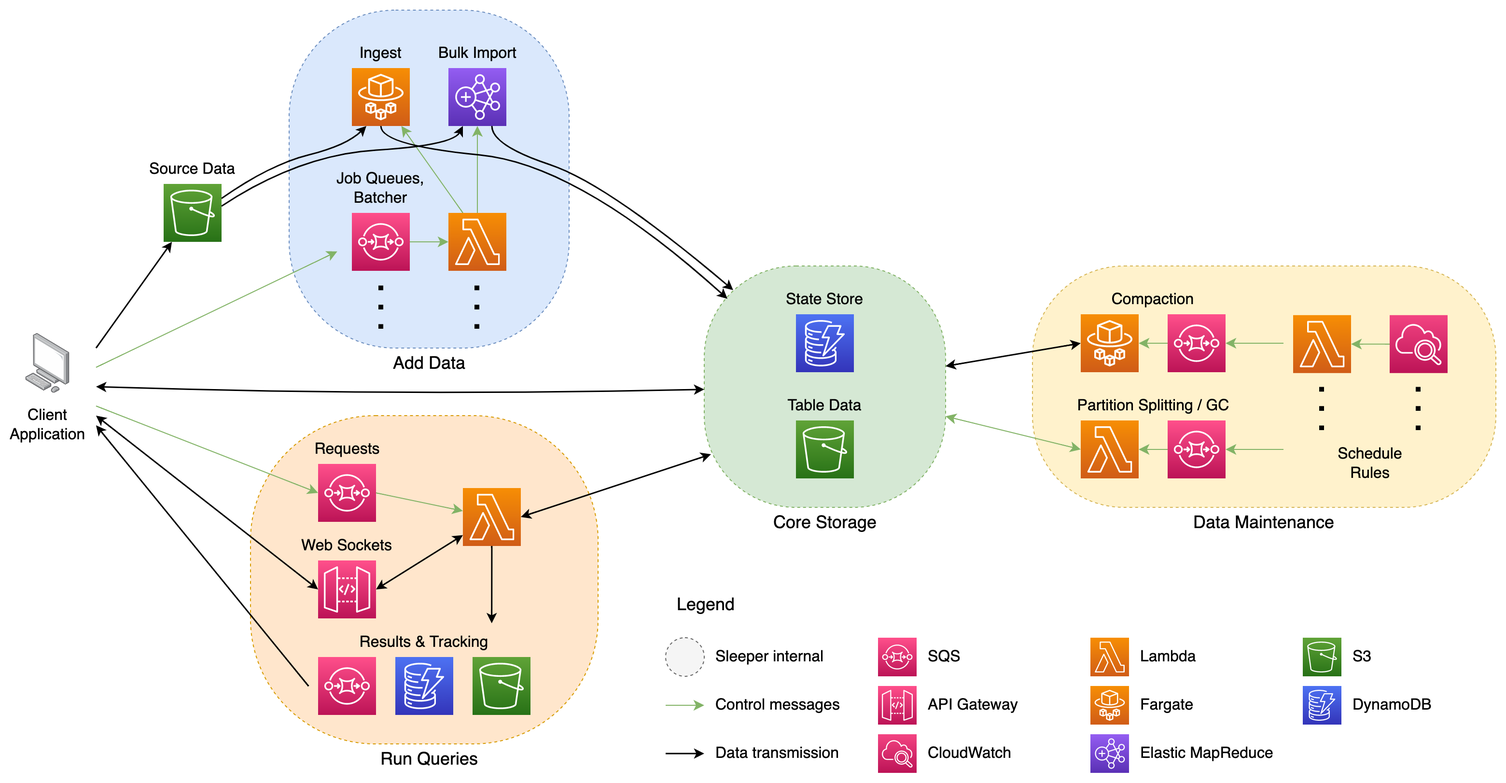
This is docs/diagrams/high-level-design.png from gchq/sleeper, a draw.io export, as it was before one commit. Source tidied: cells renumbered, new cells last; positions are measured from the earlier drawing's top-left corner, leaving out a move shared by most shapes.
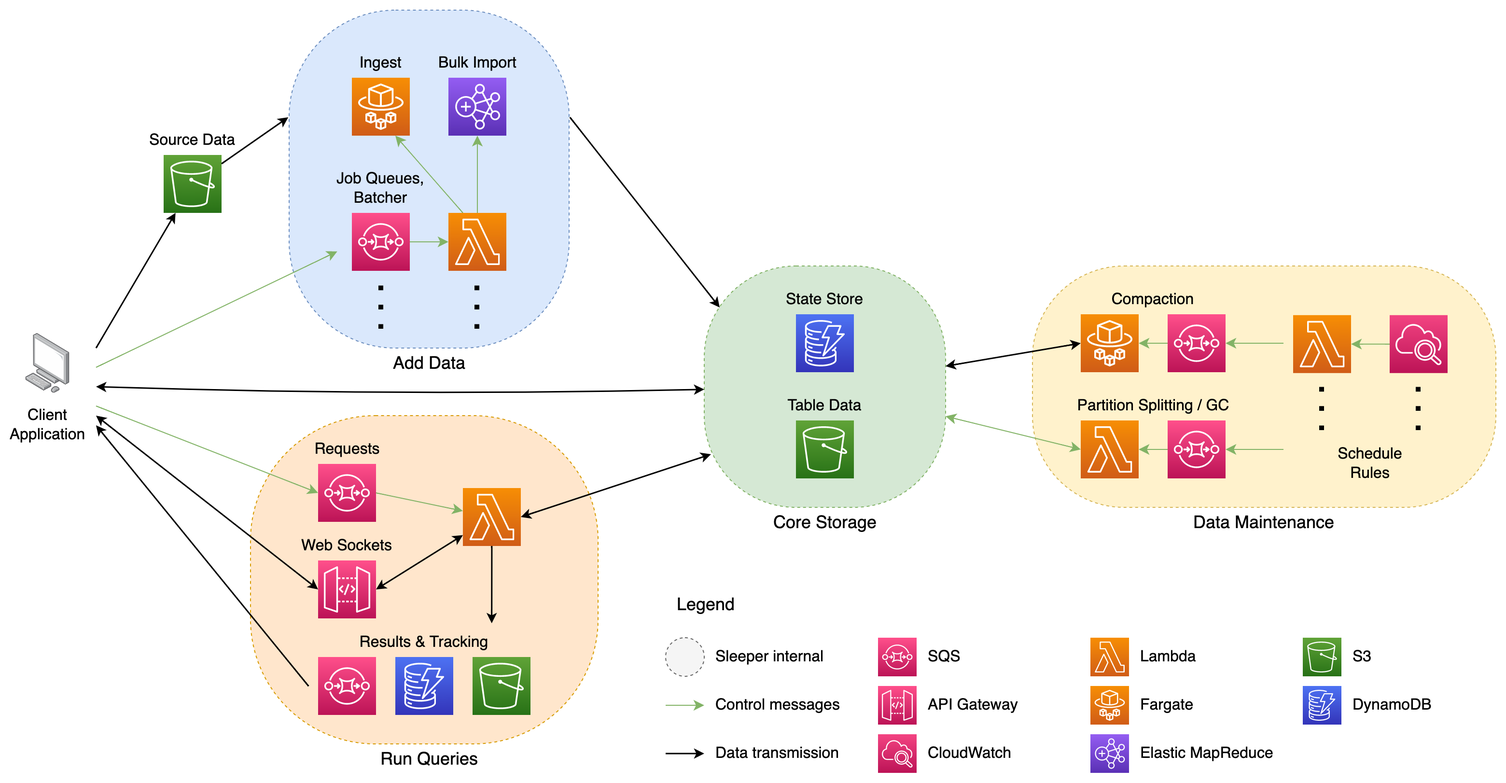
The same file after the commit.

Commit message:
Use 2 arrows for ingest/bulk import

Diff of the diagram source:
```diff
@@ -36,9 +36,9 @@
       </mxGeometry>
     </mxCell>
     <mxCell id="12" style="sketch=0;points=[[0,0,0],[0.25,0,0],[0.5,0,0],[0.75,0,0],[1,0,0],[0,1,0],[0.25,1,0],[0.5,1,0],[0.75,1,0],[1,1,0],[0,0.25,0],[0,0.5,0],[0,0.75,0],[1,0.25,0],[1,0.5,0],[1,0.75,0]];outlineConnect=0;fontColor=#232F3E;gradientColor=#F78E04;gradientDirection=north;fillColor=#D05C17;strokeColor=#ffffff;dashed=0;verticalLabelPosition=bottom;verticalAlign=top;align=center;html=1;fontSize=12;fontStyle=0;shape=mxgraph.aws4.resourceIcon;resIcon=mxgraph.aws4.fargate;" parent="1" vertex="1">
-      <mxGeometry x="345" y="60" width="60" height="60" as="geometry" />
+      <mxGeometry x="345" y="70" width="60" height="60" as="geometry" />
     </mxCell>
-    <mxCell id="13" style="edgeStyle=none;curved=1;rounded=0;jettySize=auto;html=1;fontSize=12;startSize=8;endSize=8;exitX=0.25;exitY=0;exitDx=0;exitDy=0;exitPerimeter=0;fillColor=#d5e8d4;strokeColor=#82b366;" parent="1" edge="1" source="15" target="12">
+    <mxCell id="13" style="edgeStyle=none;curved=1;rounded=0;jettySize=auto;html=1;fontSize=12;startSize=8;endSize=8;exitX=0.25;exitY=0;exitDx=0;exitDy=0;exitPerimeter=0;fillColor=#d5e8d4;strokeColor=#82b366;entryX=0.75;entryY=1;entryDx=0;entryDy=0;entryPerimeter=0;" parent="1" edge="1" source="15" target="12">
       <mxGeometry relative="1" as="geometry" />
     </mxCell>
     <mxCell id="14" style="edgeStyle=none;curved=1;rounded=0;jettySize=auto;html=1;fontSize=12;startSize=8;endSize=8;fillColor=#d5e8d4;strokeColor=#82b366;" parent="1" edge="1" source="15" target="83">
@@ -48,10 +48,10 @@
       <mxGeometry x="445" y="210" width="60" height="60" as="geometry" />
     </mxCell>
     <mxCell id="16" value="Ingest" style="text;html=1;strokeColor=none;fillColor=none;align=center;verticalAlign=middle;whiteSpace=wrap;rounded=0;fontSize=16;" parent="1" vertex="1">
-      <mxGeometry x="345" y="30" width="60" height="30" as="geometry" />
+      <mxGeometry x="345" y="40" width="60" height="30" as="geometry" />
     </mxCell>
     <mxCell id="17" value="Bulk Import" style="text;html=1;strokeColor=none;fillColor=none;align=center;verticalAlign=middle;whiteSpace=wrap;rounded=0;fontSize=16;" parent="1" vertex="1">
-      <mxGeometry x="422.5" y="30" width="105" height="30" as="geometry" />
+      <mxGeometry x="422.5" y="40" width="105" height="30" as="geometry" />
     </mxCell>
     <mxCell id="18" style="image;html=1;align=center;shadow=0;dashed=0;image=img/lib/allied_telesis/computer_and_terminals/Personal_Computer.svg;fontSize=16;" parent="1" vertex="1">
       <mxGeometry x="7.2" y="335" width="45.6" height="61.8" as="geometry" />
@@ -229,10 +229,10 @@
       </mxGeometry>
     </mxCell>
     <mxCell id="70" style="sketch=0;points=[[0,0,0],[0.25,0,0],[0.5,0,0],[0.75,0,0],[1,0,0],[0,1,0],[0.25,1,0],[0.5,1,0],[0.75,1,0],[1,1,0],[0,0.25,0],[0,0.5,0],[0,0.75,0],[1,0.25,0],[1,0.5,0],[1,0.75,0]];outlineConnect=0;fontColor=#232F3E;gradientColor=#60A337;gradientDirection=north;fillColor=#277116;strokeColor=#ffffff;dashed=0;verticalLabelPosition=bottom;verticalAlign=top;align=center;html=1;fontSize=12;fontStyle=0;shape=mxgraph.aws4.resourceIcon;resIcon=mxgraph.aws4.s3;" parent="1" vertex="1">
-      <mxGeometry x="150" y="180" width="60" height="60" as="geometry" />
+      <mxGeometry x="150" y="150" width="60" height="60" as="geometry" />
     </mxCell>
     <mxCell id="71" value="Source Data" style="text;html=1;strokeColor=none;fillColor=none;align=center;verticalAlign=middle;whiteSpace=wrap;rounded=0;fontSize=16;" parent="1" vertex="1">
-      <mxGeometry x="130" y="150" width="100" height="30" as="geometry" />
+      <mxGeometry x="130" y="120" width="100" height="30" as="geometry" />
     </mxCell>
     <mxCell id="72" style="endArrow=classic;html=1;rounded=0;fontSize=12;startSize=8;endSize=8;curved=1;fillColor=#d5e8d4;strokeColor=#82b366;strokeWidth=1;entryX=0.172;entryY=0.714;entryDx=0;entryDy=0;entryPerimeter=0;" parent="1" edge="1" target="3">
       <mxGeometry relative="1" as="geometry">
@@ -275,11 +275,11 @@
     </mxCell>
     <mxCell id="82" style="edgeStyle=none;curved=1;rounded=0;jettySize=auto;html=1;fontSize=12;startSize=8;endSize=8;" parent="1" edge="1" target="83">
       <mxGeometry relative="1" as="geometry">
-        <mxPoint x="470" y="70" as="sourcePoint" />
+        <mxPoint x="470" y="80" as="sourcePoint" />
       </mxGeometry>
     </mxCell>
     <mxCell id="83" style="sketch=0;points=[[0,0,0],[0.25,0,0],[0.5,0,0],[0.75,0,0],[1,0,0],[0,1,0],[0.25,1,0],[0.5,1,0],[0.75,1,0],[1,1,0],[0,0.25,0],[0,0.5,0],[0,0.75,0],[1,0.25,0],[1,0.5,0],[1,0.75,0]];outlineConnect=0;fontColor=#232F3E;gradientColor=#945DF2;gradientDirection=north;fillColor=#5A30B5;strokeColor=#ffffff;dashed=0;verticalLabelPosition=bottom;verticalAlign=top;align=center;html=1;fontSize=12;fontStyle=0;shape=mxgraph.aws4.resourceIcon;resIcon=mxgraph.aws4.emr;" parent="1" vertex="1">
-      <mxGeometry x="445" y="60" width="60" height="60" as="geometry" />
+      <mxGeometry x="445" y="70" width="60" height="60" as="geometry" />
     </mxCell>
     <mxCell id="84" style="edgeStyle=none;curved=1;rounded=0;orthogonalLoop=1;jettySize=auto;html=1;exitX=0.5;exitY=0;exitDx=0;exitDy=0;fontSize=12;startSize=8;endSize=8;" parent="1" edge="1" source="16" target="16">
       <mxGeometry relative="1" as="geometry" />
@@ -313,37 +313,11 @@
         <mxPoint x="80" y="410" as="sourcePoint" />
       </mxGeometry>
     </mxCell>
-    <mxCell id="92" style="curved=1;endArrow=classic;html=1;rounded=0;fontSize=12;startSize=6;endSize=6;exitX=1;exitY=0.25;exitDx=0;exitDy=0;exitPerimeter=0;entryX=0.25;entryY=1;entryDx=0;entryDy=0;entryPerimeter=0;strokeWidth=1.5;" parent="1" edge="1" source="70" target="12">
-      <mxGeometry relative="1" as="geometry">
-        <Array as="points">
-          <mxPoint x="260" y="160" />
-          <mxPoint x="340" y="140" />
-        </Array>
-      </mxGeometry>
-    </mxCell>
-    <mxCell id="93" style="curved=1;endArrow=classic;html=1;rounded=0;fontSize=12;startSize=6;endSize=6;entryX=0.25;entryY=1;entryDx=0;entryDy=0;entryPerimeter=0;strokeWidth=1.5;exitX=1;exitY=0.383;exitDx=0;exitDy=0;exitPerimeter=0;" parent="1" edge="1" source="70" target="83">
-      <mxGeometry relative="1" as="geometry">
-        <Array as="points">
-          <mxPoint x="290" y="150" />
-          <mxPoint x="450" y="140" />
-        </Array>
-      </mxGeometry>
-    </mxCell>
-    <mxCell id="94" style="curved=1;endArrow=classic;html=1;rounded=0;fontSize=12;startSize=6;endSize=6;exitX=0.5;exitY=1;exitDx=0;exitDy=0;exitPerimeter=0;entryX=0.096;entryY=0.136;entryDx=0;entryDy=0;strokeWidth=1.5;entryPerimeter=0;" parent="1" edge="1" source="12" target="5">
-      <mxGeometry relative="1" as="geometry">
-        <Array as="points">
-          <mxPoint x="375" y="140" />
-          <mxPoint x="580" y="160" />
-        </Array>
-      </mxGeometry>
-    </mxCell>
-    <mxCell id="95" style="curved=1;endArrow=classic;html=1;rounded=0;fontSize=12;startSize=6;endSize=6;exitX=0.75;exitY=1;exitDx=0;exitDy=0;exitPerimeter=0;strokeWidth=1.5;entryX=0.12;entryY=0.1;entryDx=0;entryDy=0;entryPerimeter=0;" parent="1" edge="1" source="83" target="5">
-      <mxGeometry relative="1" as="geometry">
-        <Array as="points">
-          <mxPoint x="490" y="140" />
-          <mxPoint x="610" y="180" />
-        </Array>
-      </mxGeometry>
-    </mxCell>
+    <mxCell id="96" style="endArrow=classic;html=1;rounded=0;fontSize=12;startSize=6;endSize=6;curved=1;strokeWidth=1.5;entryX=-0.003;entryY=0.317;entryDx=0;entryDy=0;entryPerimeter=0;" parent="1" edge="1" source="70" target="3">
+      <mxGeometry relative="1" as="geometry" />
+    </mxCell>
+    <mxCell id="97" style="endArrow=classic;html=1;rounded=0;fontSize=12;startSize=6;endSize=6;curved=1;strokeWidth=1.5;entryX=0.064;entryY=0.172;entryDx=0;entryDy=0;entryPerimeter=0;exitX=1.003;exitY=0.317;exitDx=0;exitDy=0;exitPerimeter=0;" parent="1" edge="1" source="3" target="5">
+      <mxGeometry relative="1" as="geometry" />
+    </mxCell>
   </root>
 </mxGraphModel>
```
